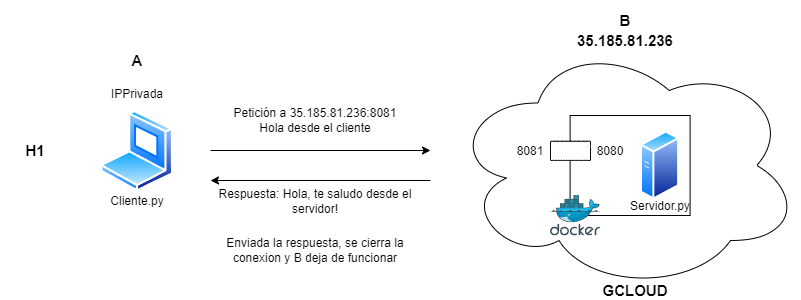
Above: TP1/H1/H1Diagrama.png in LucasLatessa/SDyPP-G3 (draw.io), before the change. Source tidied: cells renumbered, new cells last; positions are measured from the earlier drawing's top-left corner, leaving out a move shared by most shapes.
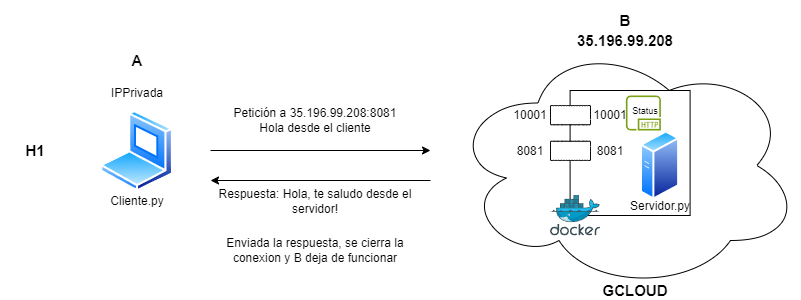
After the commit.

The edit, as a diff of the source:
```diff
@@ -6,7 +6,7 @@
       <mxGeometry x="450" y="40" width="350" height="250" as="geometry" />
     </mxCell>
     <mxCell id="3" style="rounded=0;whiteSpace=wrap;html=1;" parent="1" vertex="1">
-      <mxGeometry x="569.6" y="115" width="120" height="100" as="geometry" />
+      <mxGeometry x="569.6" y="90" width="120" height="125" as="geometry" />
     </mxCell>
     <mxCell id="4" style="image;perimeter=ellipsePerimeter;html=1;align=center;shadow=0;dashed=0;spacingTop=3;image=img/lib/active_directory/generic_server.svg;" parent="1" vertex="1">
       <mxGeometry x="640" y="130" width="39.2" height="70" as="geometry" />
@@ -23,7 +23,7 @@
     <mxCell id="8" style="whiteSpace=wrap;html=1;shape=mxgraph.basic.cloud_rect;" parent="1" vertex="1">
       <mxGeometry x="550" y="140.7" width="40" height="19.3" as="geometry" />
     </mxCell>
-    <mxCell id="9" value="&lt;div style=&quot;font-size: 15px;&quot;&gt;&lt;b&gt;35.185.81.236&lt;/b&gt;&lt;/div&gt;" style="text;html=1;align=center;verticalAlign=middle;whiteSpace=wrap;rounded=0;" parent="1" vertex="1">
+    <mxCell id="9" value="&lt;div style=&quot;&quot;&gt;&lt;span style=&quot;font-size: 15px;&quot;&gt;&lt;b&gt;35.196.99.208&lt;/b&gt;&lt;/span&gt;&lt;br&gt;&lt;/div&gt;" style="text;html=1;align=center;verticalAlign=middle;whiteSpace=wrap;rounded=0;" parent="1" vertex="1">
       <mxGeometry x="540" y="20" width="170" height="40" as="geometry" />
     </mxCell>
     <mxCell id="10" value="Servidor.py" style="text;html=1;align=center;verticalAlign=middle;whiteSpace=wrap;rounded=0;" parent="1" vertex="1">
@@ -32,7 +32,7 @@
     <mxCell id="11" value="8081" style="text;html=1;align=center;verticalAlign=middle;whiteSpace=wrap;rounded=0;" parent="1" vertex="1">
       <mxGeometry x="500" y="135.7" width="60" height="30" as="geometry" />
     </mxCell>
-    <mxCell id="12" value="8080" style="text;html=1;align=center;verticalAlign=middle;whiteSpace=wrap;rounded=0;" parent="1" vertex="1">
+    <mxCell id="12" value="8081" style="text;html=1;align=center;verticalAlign=middle;whiteSpace=wrap;rounded=0;" parent="1" vertex="1">
       <mxGeometry x="580" y="135.7" width="60" height="30" as="geometry" />
     </mxCell>
     <mxCell id="13" style="endArrow=classic;html=1;rounded=0;" parent="1" edge="1">
@@ -41,7 +41,7 @@
         <mxPoint x="430" y="150" as="targetPoint" />
       </mxGeometry>
     </mxCell>
-    <mxCell id="14" value="Petición a 35.185.81.236:8081&lt;div&gt;Hola desde el cliente&lt;/div&gt;" style="text;html=1;align=center;verticalAlign=middle;whiteSpace=wrap;rounded=0;" parent="1" vertex="1">
+    <mxCell id="14" value="Petición a 35.196.99.208:8081&lt;div&gt;Hola desde el cliente&lt;/div&gt;" style="text;html=1;align=center;verticalAlign=middle;whiteSpace=wrap;rounded=0;" parent="1" vertex="1">
       <mxGeometry x="210" y="100" width="210" height="40" as="geometry" />
     </mxCell>
     <mxCell id="15" style="endArrow=none;html=1;rounded=0;startArrow=classic;startFill=1;endFill=0;" parent="1" edge="1">
@@ -71,5 +71,20 @@
     <mxCell id="22" value="&lt;div style=&quot;font-size: 15px;&quot;&gt;&lt;b&gt;GCLOUD&lt;/b&gt;&lt;/div&gt;" style="text;html=1;align=center;verticalAlign=middle;whiteSpace=wrap;rounded=0;" parent="1" vertex="1">
       <mxGeometry x="550" y="280" width="170" height="20" as="geometry" />
     </mxCell>
+    <mxCell id="23" style="sketch=0;fontColor=#232F3E;gradientColor=none;fillColor=#7AA116;strokeColor=none;dashed=0;verticalLabelPosition=bottom;verticalAlign=top;align=center;html=1;fontSize=12;fontStyle=0;shape=mxgraph.aws4.http_protocol;" parent="1" vertex="1">
+      <mxGeometry x="625.4" y="95" width="35" height="35" as="geometry" />
+    </mxCell>
+    <mxCell id="24" style="whiteSpace=wrap;html=1;shape=mxgraph.basic.cloud_rect;" parent="1" vertex="1">
+      <mxGeometry x="550" y="105" width="40" height="19.3" as="geometry" />
+    </mxCell>
+    <mxCell id="25" value="10001" style="text;html=1;align=center;verticalAlign=middle;whiteSpace=wrap;rounded=0;" parent="1" vertex="1">
+      <mxGeometry x="500" y="100" width="60" height="30" as="geometry" />
+    </mxCell>
+    <mxCell id="26" value="10001" style="text;html=1;align=center;verticalAlign=middle;whiteSpace=wrap;rounded=0;" parent="1" vertex="1">
+      <mxGeometry x="580" y="100" width="60" height="30" as="geometry" />
+    </mxCell>
+    <mxCell id="27" value="Status" style="text;html=1;align=center;verticalAlign=middle;whiteSpace=wrap;rounded=0;fontSize=9;" parent="1" vertex="1">
+      <mxGeometry x="607" y="98.6" width="76" height="25.7" as="geometry" />
+    </mxCell>
   </root>
 </mxGraphModel>
```
